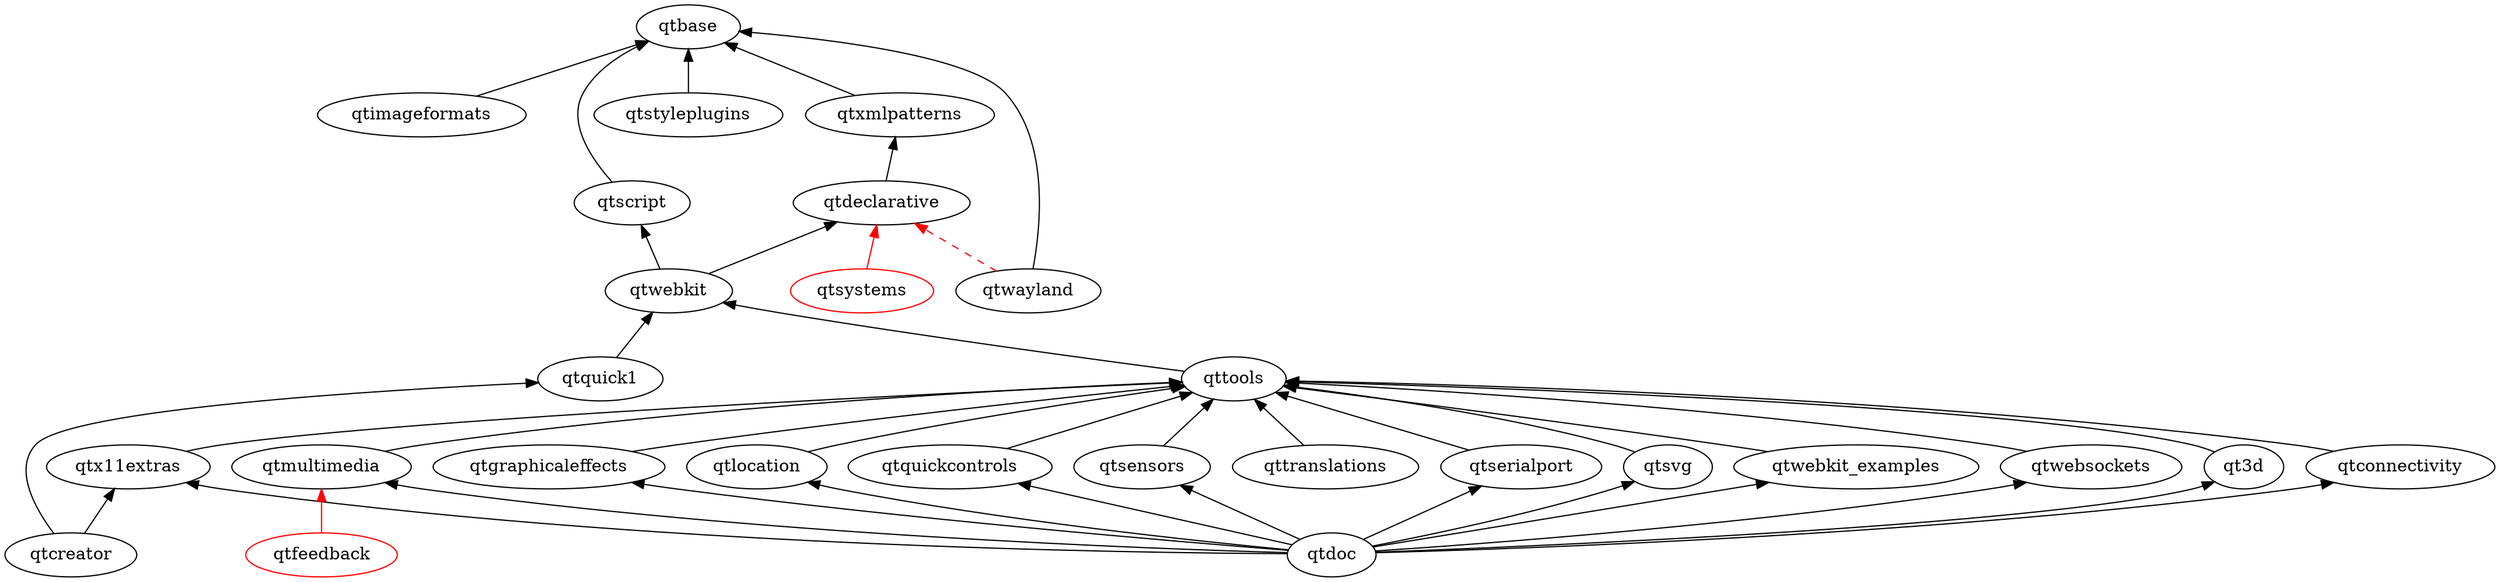
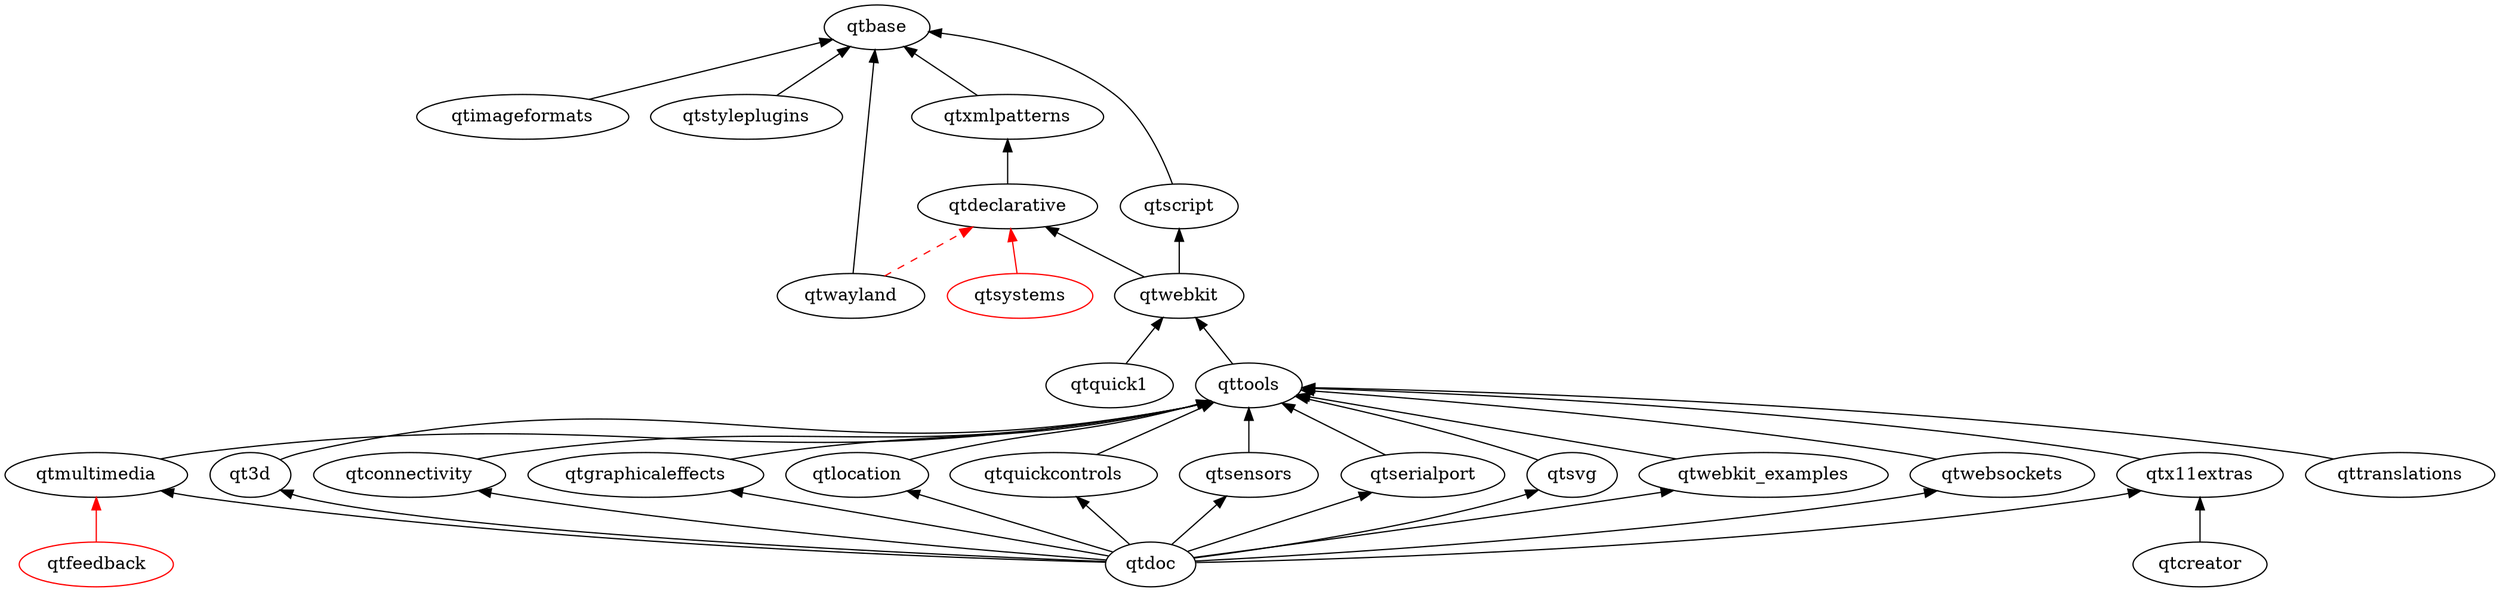
digraph qt5 {
  graph [
    rankdir = "BT"
  ]

  qt3d
  qtbase
  qtconnectivity
  qtcreator
  qtdeclarative
  qtdoc
  qtfeedback [ color = red ]
  qtgraphicaleffects
  qtimageformats
  qtlocation
  qtmultimedia
  qtquick1
  qtquickcontrols
  qtscript
  qtsensors
  qtserialport
  qtstyleplugins
  qtsvg
  qtsystems [ color = red ]
  qttools
  qttranslations
  qtwayland
  qtwebkit
  qtwebkit_examples
  qtwebsockets
  qtx11extras
  qtxmlpatterns

  qt3d -> qttools
  qtconnectivity -> qttools
  qtcreator -> qtx11extras
-   qtcreator -> qtquick1
  qtdeclarative -> qtxmlpatterns
  qtdoc -> qt3d
  qtdoc -> qtgraphicaleffects
  qtdoc -> qtmultimedia
  qtdoc -> qtlocation
  qtdoc -> qtquickcontrols
  qtdoc -> qtsensors
  qtdoc -> qtserialport
  qtdoc -> qtsvg
  qtdoc -> qtx11extras
  qtdoc -> qtwebkit_examples
  qtdoc -> qtwebsockets
  qtdoc -> qtconnectivity
  qtgraphicaleffects -> qttools
  qtimageformats -> qtbase
  qtmultimedia -> qttools
  qtquick1 -> qtwebkit
  qtquickcontrols -> qttools
  qtsensors -> qttools
  qtserialport -> qttools
  qtscript -> qtbase
  qtstyleplugins -> qtbase
  qtsvg -> qttools
  qttools -> qtwebkit
  qttranslations -> qttools
  qtwayland -> qtbase
  qtwebkit -> qtscript
  qtwebkit -> qtdeclarative
  qtwebkit_examples -> qttools
  qtwebsockets -> qttools
  qtx11extras -> qttools
  qtxmlpatterns -> qtbase
  qtlocation -> qttools

  // unsure/not-uploaded
  qtfeedback -> qtmultimedia [ color = red ]
  qtsystems -> qtdeclarative [ color = red ]
  qtwayland -> qtdeclarative [ color = red style = dashed ]
}
